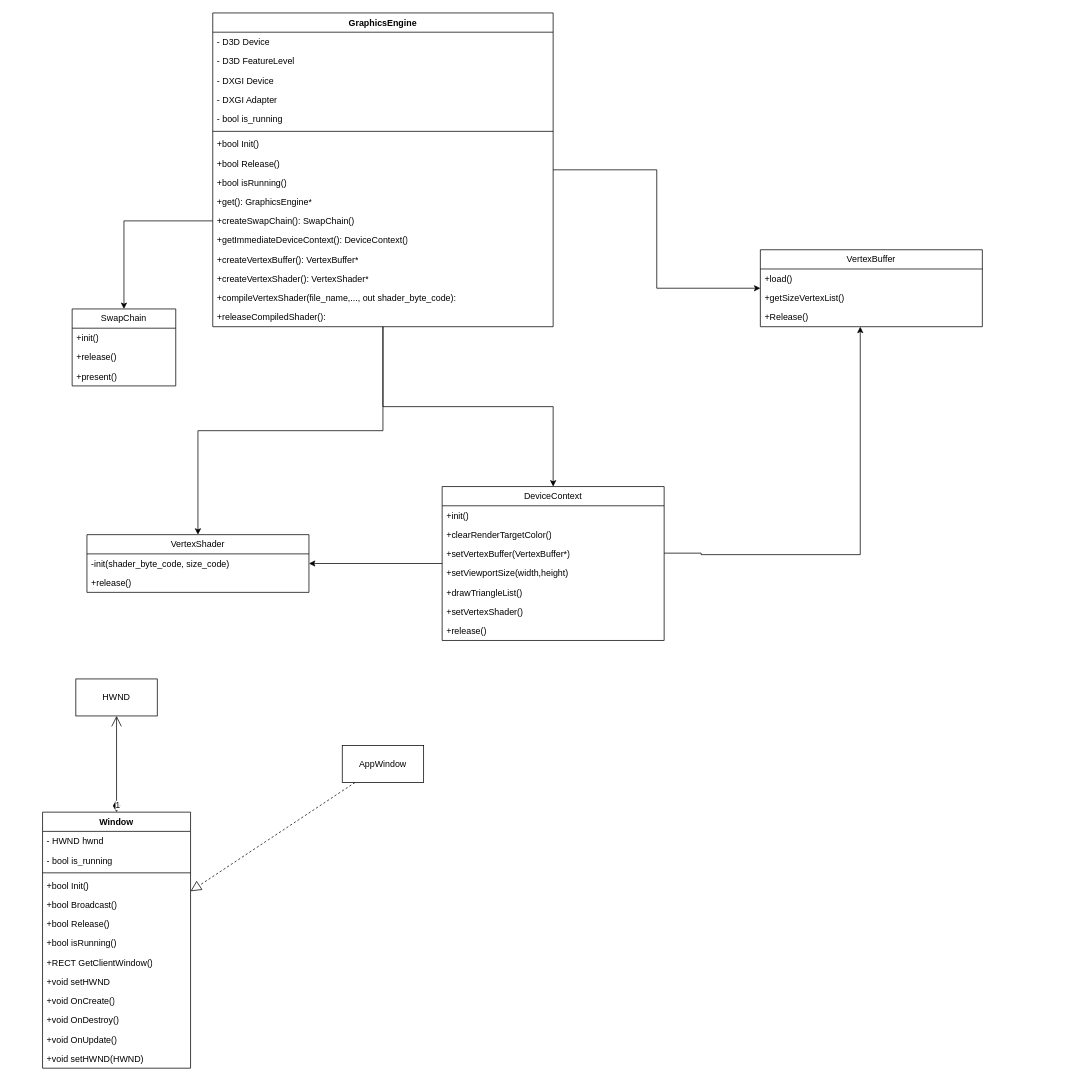
Earlier version of the draw.io diagram engineUMLDiag.drawio (duyanhvuong2001/3DEngine). Source tidied: cells renumbered, new cells numbered last; positions are measured from the earlier drawing's top-left corner, leaving out a move shared by most shapes. Both pictures are drawn from the tidied source at 74%, with x=0, y=0 at pixel (42, 13).
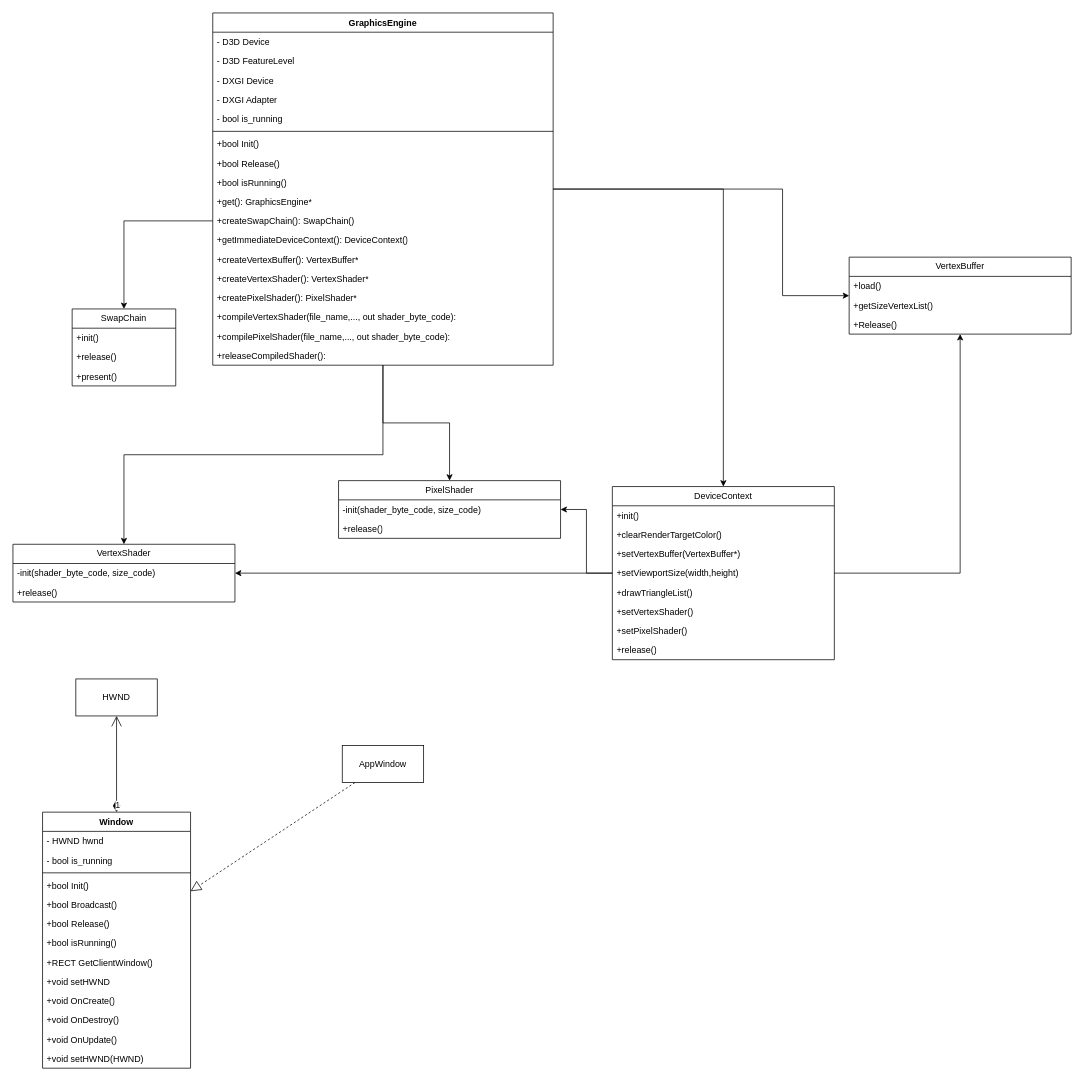
After the change.

Diff of the diagram source:
```diff
@@
+    <mxCell id="62" style="edgeStyle=orthogonalEdgeStyle;rounded=0;jettySize=auto;html=1;" parent="1" edge="1" source="21" target="67">
+      <mxGeometry relative="1" as="geometry" />
+    </mxCell>
     <mxCell id="21" value="GraphicsEngine" style="swimlane;fontStyle=1;align=center;verticalAlign=top;horizontal=1;startSize=26;whiteSpace=wrap;html=1;" parent="1" vertex="1">
-      <mxGeometry x="230" width="460" height="424" as="geometry" />
+      <mxGeometry x="230" width="460" height="476" as="geometry" />
     </mxCell>
@@
+    <mxCell id="63" value="+createPixelShader(): PixelShader*" style="text;strokeColor=none;fillColor=none;align=left;verticalAlign=top;spacingLeft=4;spacingRight=4;overflow=hidden;whiteSpace=wrap;html=1;" parent="21" vertex="1">
+      <mxGeometry y="372" width="460" height="26" as="geometry" />
+    </mxCell>
     <mxCell id="36" value="+compileVertexShader(file_name,..., out shader_byte_code):&amp;nbsp;" style="text;strokeColor=none;fillColor=none;align=left;verticalAlign=top;spacingLeft=4;spacingRight=4;overflow=hidden;whiteSpace=wrap;html=1;" parent="21" vertex="1">
-      <mxGeometry y="372" width="460" height="26" as="geometry" />
+      <mxGeometry y="398" width="460" height="26" as="geometry" />
     </mxCell>
+    <mxCell id="64" value="+compilePixelShader(file_name,..., out shader_byte_code):&amp;nbsp;" style="text;strokeColor=none;fillColor=none;align=left;verticalAlign=top;spacingLeft=4;spacingRight=4;overflow=hidden;whiteSpace=wrap;html=1;" parent="21" vertex="1">
+      <mxGeometry y="424" width="460" height="26" as="geometry" />
+    </mxCell>
     <mxCell id="37" value="+releaseCompiledShader():" style="text;strokeColor=none;fillColor=none;align=left;verticalAlign=top;spacingLeft=4;spacingRight=4;overflow=hidden;whiteSpace=wrap;html=1;" parent="21" vertex="1">
-      <mxGeometry y="398" width="460" height="26" as="geometry" />
+      <mxGeometry y="450" width="460" height="26" as="geometry" />
     </mxCell>
@@
+    <mxCell id="58" style="edgeStyle=orthogonalEdgeStyle;rounded=0;jettySize=auto;html=1;" parent="1" edge="1" source="44" target="53">
+      <mxGeometry relative="1" as="geometry" />
+    </mxCell>
+    <mxCell id="65" style="edgeStyle=orthogonalEdgeStyle;rounded=0;jettySize=auto;html=1;" parent="1" edge="1" source="44" target="67">
+      <mxGeometry relative="1" as="geometry" />
+    </mxCell>
     <mxCell id="44" value="DeviceContext" style="swimlane;fontStyle=0;horizontal=1;startSize=26;fillColor=none;whiteSpace=wrap;html=1;" parent="1" vertex="1">
-      <mxGeometry x="540" y="640" width="300" height="208" as="geometry" />
+      <mxGeometry x="770" y="640" width="300" height="234" as="geometry" />
     </mxCell>
@@
+    <mxCell id="66" value="+setPixelShader()" style="text;strokeColor=none;fillColor=none;align=left;verticalAlign=top;spacingLeft=4;spacingRight=4;overflow=hidden;whiteSpace=wrap;html=1;" parent="44" vertex="1">
+      <mxGeometry y="182" width="300" height="26" as="geometry" />
+    </mxCell>
     <mxCell id="51" value="+release()" style="text;strokeColor=none;fillColor=none;align=left;verticalAlign=top;spacingLeft=4;spacingRight=4;overflow=hidden;whiteSpace=wrap;html=1;" parent="44" vertex="1">
-      <mxGeometry y="182" width="300" height="26" as="geometry" />
+      <mxGeometry y="208" width="300" height="26" as="geometry" />
     </mxCell>
@@
     <mxCell id="53" value="VertexBuffer" style="swimlane;fontStyle=0;horizontal=1;startSize=26;fillColor=none;whiteSpace=wrap;html=1;" parent="1" vertex="1">
-      <mxGeometry x="970" y="320" width="300" height="104" as="geometry" />
+      <mxGeometry x="1090" y="330" width="300" height="104" as="geometry" />
     </mxCell>
@@
     <mxCell id="57" style="edgeStyle=orthogonalEdgeStyle;rounded=0;jettySize=auto;html=1;" parent="1" edge="1" source="21" target="53">
-      <mxGeometry relative="1" as="geometry" />
+      <mxGeometry relative="1" as="geometry">
+        <Array as="points">
+          <mxPoint x="1000" y="238" />
+          <mxPoint x="1000" y="382" />
+        </Array>
+      </mxGeometry>
     </mxCell>
-    <mxCell id="58" style="edgeStyle=orthogonalEdgeStyle;rounded=0;jettySize=auto;html=1;" parent="1" edge="1" source="44" target="53">
-      <mxGeometry relative="1" as="geometry">
-        <Array as="points">
-          <mxPoint x="830" y="739" />
-          <mxPoint x="830" y="730" />
-          <mxPoint x="890" y="730" />
-          <mxPoint x="890" y="732" />
-          <mxPoint x="1105" y="732" />
-        </Array>
-      </mxGeometry>
-    </mxCell>
     <mxCell id="59" value="VertexShader" style="swimlane;fontStyle=0;horizontal=1;startSize=26;fillColor=none;whiteSpace=wrap;html=1;" parent="1" vertex="1">
-      <mxGeometry x="60" y="705" width="300" height="78" as="geometry" />
+      <mxGeometry x="-40" y="718" width="300" height="78" as="geometry" />
     </mxCell>
@@
+    <mxCell id="67" value="PixelShader" style="swimlane;fontStyle=0;horizontal=1;startSize=26;fillColor=none;whiteSpace=wrap;html=1;" parent="1" vertex="1">
+      <mxGeometry x="400" y="632" width="300" height="78" as="geometry" />
+    </mxCell>
+    <mxCell id="68" value="-init(shader_byte_code, size_code)" style="text;strokeColor=none;fillColor=none;align=left;verticalAlign=top;spacingLeft=4;spacingRight=4;overflow=hidden;whiteSpace=wrap;html=1;" parent="67" vertex="1">
+      <mxGeometry y="26" width="300" height="26" as="geometry" />
+    </mxCell>
+    <mxCell id="69" value="+release()" style="text;strokeColor=none;fillColor=none;align=left;verticalAlign=top;spacingLeft=4;spacingRight=4;overflow=hidden;whiteSpace=wrap;html=1;" parent="67" vertex="1">
+      <mxGeometry y="52" width="300" height="26" as="geometry" />
+    </mxCell>
```
